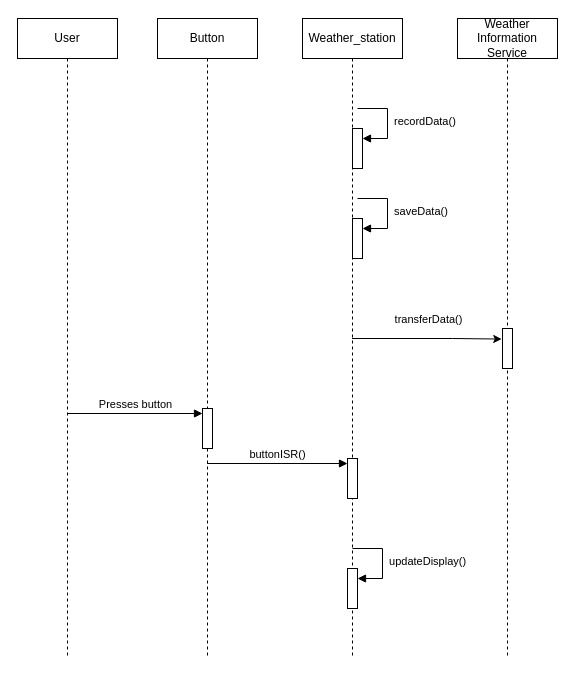
This is lab3/docs/sequence_diagram.drawio from matas-noreika/software_design_and_quality, a draw.io file, before an edit. Source tidied: cells renumbered, new cells numbered last; positions are measured from the earlier drawing's top-left corner, leaving out a move shared by most shapes. Both pictures are drawn from the tidied source at 100%, with x=0, y=0 at pixel (17, 18).
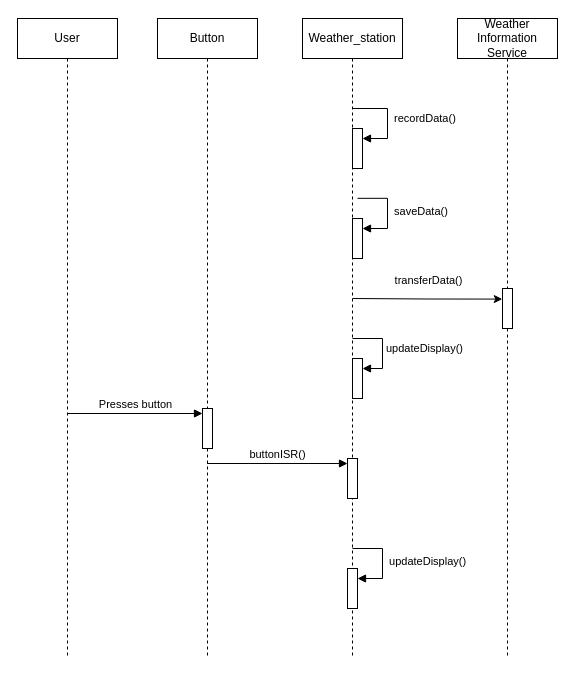
After the change.

The change refers to these unchanged cells:
```xml
<mxCell id="7" value="Weather_station" style="shape=umlLifeline;perimeter=lifelinePerimeter;whiteSpace=wrap;html=1;outlineConnect=0;portConstraint=eastwest;newEdgeStyle={&quot;curved&quot;:0,&quot;rounded&quot;:0};" parent="1" vertex="1">
  <mxGeometry x="285" width="100" height="640" as="geometry" />
</mxCell>
<mxCell id="8" style="html=1;points=[[0,0,0,0,5],[0,1,0,0,-5],[1,0,0,0,5],[1,1,0,0,-5]];perimeter=orthogonalPerimeter;outlineConnect=0;targetShapes=umlLifeline;portConstraint=eastwest;newEdgeStyle={&quot;curved&quot;:0,&quot;rounded&quot;:0};" parent="7" vertex="1">
  <mxGeometry x="50" y="110" width="10" height="40" as="geometry" />
</mxCell>
<mxCell id="10" style="html=1;points=[[0,0,0,0,5],[0,1,0,0,-5],[1,0,0,0,5],[1,1,0,0,-5]];perimeter=orthogonalPerimeter;outlineConnect=0;targetShapes=umlLifeline;portConstraint=eastwest;newEdgeStyle={&quot;curved&quot;:0,&quot;rounded&quot;:0};" parent="7" vertex="1">
  <mxGeometry x="50" y="200" width="10" height="40" as="geometry" />
</mxCell>
<mxCell id="17" value="&lt;font&gt;Weather Information&lt;/font&gt;&lt;div&gt;&lt;font&gt;Service&lt;/font&gt;&lt;/div&gt;" style="shape=umlLifeline;perimeter=lifelinePerimeter;whiteSpace=wrap;html=1;newEdgeStyle={&quot;curved&quot;:0,&quot;rounded&quot;:0};" parent="1" vertex="1">
  <mxGeometry x="440" width="100" height="640" as="geometry" />
</mxCell>
```

The edit, as a diff of the source:
```diff
@@
-    <mxCell id="5" style="edgeStyle=orthogonalEdgeStyle;rounded=0;jettySize=auto;html=1;curved=0;entryX=-0.074;entryY=0.264;entryDx=0;entryDy=0;entryPerimeter=0;" parent="1" edge="1" source="7" target="18">
-      <mxGeometry relative="1" as="geometry" />
+    <mxCell id="5" style="edgeStyle=orthogonalEdgeStyle;rounded=0;orthogonalLoop=1;jettySize=auto;html=1;curved=0;entryX=-0.074;entryY=0.264;entryDx=0;entryDy=0;entryPerimeter=0;" parent="1" edge="1">
+      <mxGeometry relative="1" as="geometry">
+        <mxPoint x="335" y="280" as="sourcePoint" />
+        <mxPoint x="484.8" y="280.6" as="targetPoint" />
+      </mxGeometry>
     </mxCell>
@@
     <mxCell id="9" value="&amp;nbsp;recordData()" style="html=1;align=left;spacingLeft=2;endArrow=block;rounded=0;edgeStyle=orthogonalEdgeStyle;curved=0;rounded=0;" parent="7" edge="1" target="8">
       <mxGeometry relative="1" as="geometry">
-        <mxPoint x="55" y="90" as="sourcePoint" />
+        <mxPoint x="50" y="90" as="sourcePoint" />
         <Array as="points">
+          <mxPoint x="85" y="90" />
           <mxPoint x="85" y="120" />
         </Array>
       </mxGeometry>
     </mxCell>
@@
-    <mxCell id="11" value="&amp;nbsp;saveData()" style="html=1;align=left;spacingLeft=2;endArrow=block;rounded=0;edgeStyle=orthogonalEdgeStyle;curved=0;rounded=0;" parent="7" edge="1" target="10">
+    <mxCell id="11" value="&amp;nbsp;saveData()" style="html=1;align=left;spacingLeft=2;endArrow=block;rounded=0;edgeStyle=orthogonalEdgeStyle;curved=0;rounded=0;exitX=0.55;exitY=0.281;exitDx=0;exitDy=0;exitPerimeter=0;" parent="7" edge="1" source="7" target="10">
       <mxGeometry relative="1" as="geometry">
-        <mxPoint x="55" y="180" as="sourcePoint" />
         <Array as="points">
+          <mxPoint x="85" y="180" />
           <mxPoint x="85" y="210" />
         </Array>
       </mxGeometry>
     </mxCell>
@@
+    <mxCell id="19" style="html=1;points=[[0,0,0,0,5],[0,1,0,0,-5],[1,0,0,0,5],[1,1,0,0,-5]];perimeter=orthogonalPerimeter;outlineConnect=0;targetShapes=umlLifeline;portConstraint=eastwest;newEdgeStyle={&quot;curved&quot;:0,&quot;rounded&quot;:0};" parent="7" vertex="1">
+      <mxGeometry x="50" y="340" width="10" height="40" as="geometry" />
+    </mxCell>
+    <mxCell id="20" value="updateDisplay()" style="html=1;align=left;spacingLeft=2;endArrow=block;rounded=0;edgeStyle=orthogonalEdgeStyle;curved=0;rounded=0;" parent="7" edge="1" target="19">
+      <mxGeometry relative="1" as="geometry">
+        <mxPoint x="50" y="320" as="sourcePoint" />
+        <Array as="points">
+          <mxPoint x="80" y="350" />
+        </Array>
+      </mxGeometry>
+    </mxCell>
@@
     <mxCell id="18" style="html=1;points=[[0,0,0,0,5],[0,1,0,0,-5],[1,0,0,0,5],[1,1,0,0,-5]];perimeter=orthogonalPerimeter;outlineConnect=0;targetShapes=umlLifeline;portConstraint=eastwest;newEdgeStyle={&quot;curved&quot;:0,&quot;rounded&quot;:0};" parent="17" vertex="1">
-      <mxGeometry x="45" y="310" width="10" height="40" as="geometry" />
+      <mxGeometry x="45" y="270" width="10" height="40" as="geometry" />
     </mxCell>
```
